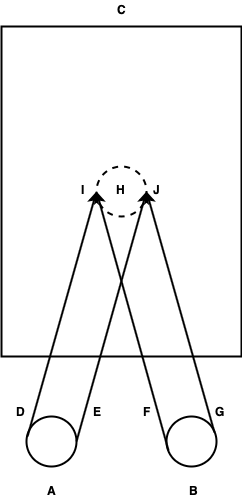
Before: graphics/transform.png, a diagram exported from draw.io (PhilGeek/timaeus). Source tidied: cells renumbered, new cells last; positions are measured from the earlier drawing's top-left corner, leaving out a move shared by most shapes.
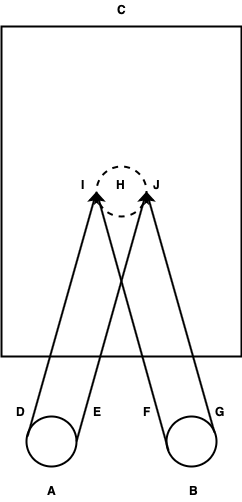
Later version of the same file.

Change to the diagram source:
```diff
@@ -2,7 +2,7 @@
   <root>
     <mxCell id="0" />
     <mxCell id="1" parent="0" />
-    <mxCell id="2" style="rounded=0;whiteSpace=wrap;html=1;strokeWidth=2;" parent="1" vertex="1">
+    <mxCell id="2" style="rounded=0;whiteSpace=wrap;html=1;strokeWidth=2;fillColor=none;" parent="1" vertex="1">
       <mxGeometry y="26" width="240" height="330" as="geometry" />
     </mxCell>
     <mxCell id="3" style="ellipse;whiteSpace=wrap;html=1;strokeWidth=2;" parent="1" vertex="1">
@@ -52,13 +52,13 @@
       <mxGeometry x="212" y="402" width="20" height="20" as="geometry" />
     </mxCell>
     <mxCell id="17" value="&lt;b&gt;H&lt;/b&gt;" style="text;html=1;align=left;verticalAlign=top;spacingTop=-4;" parent="1" vertex="1">
-      <mxGeometry x="113" y="180" width="20" height="20" as="geometry" />
+      <mxGeometry x="113" y="175" width="20" height="20" as="geometry" />
     </mxCell>
     <mxCell id="18" value="&lt;b&gt;J&lt;/b&gt;" style="text;html=1;align=left;verticalAlign=top;spacingTop=-4;" parent="1" vertex="1">
-      <mxGeometry x="150" y="180" width="20" height="20" as="geometry" />
+      <mxGeometry x="150" y="175" width="20" height="20" as="geometry" />
     </mxCell>
     <mxCell id="19" value="&lt;b&gt;I&lt;/b&gt;" style="text;html=1;align=left;verticalAlign=top;spacingTop=-4;" parent="1" vertex="1">
-      <mxGeometry x="78" y="180" width="20" height="20" as="geometry" />
+      <mxGeometry x="78" y="175" width="20" height="20" as="geometry" />
     </mxCell>
   </root>
 </mxGraphModel>
```
